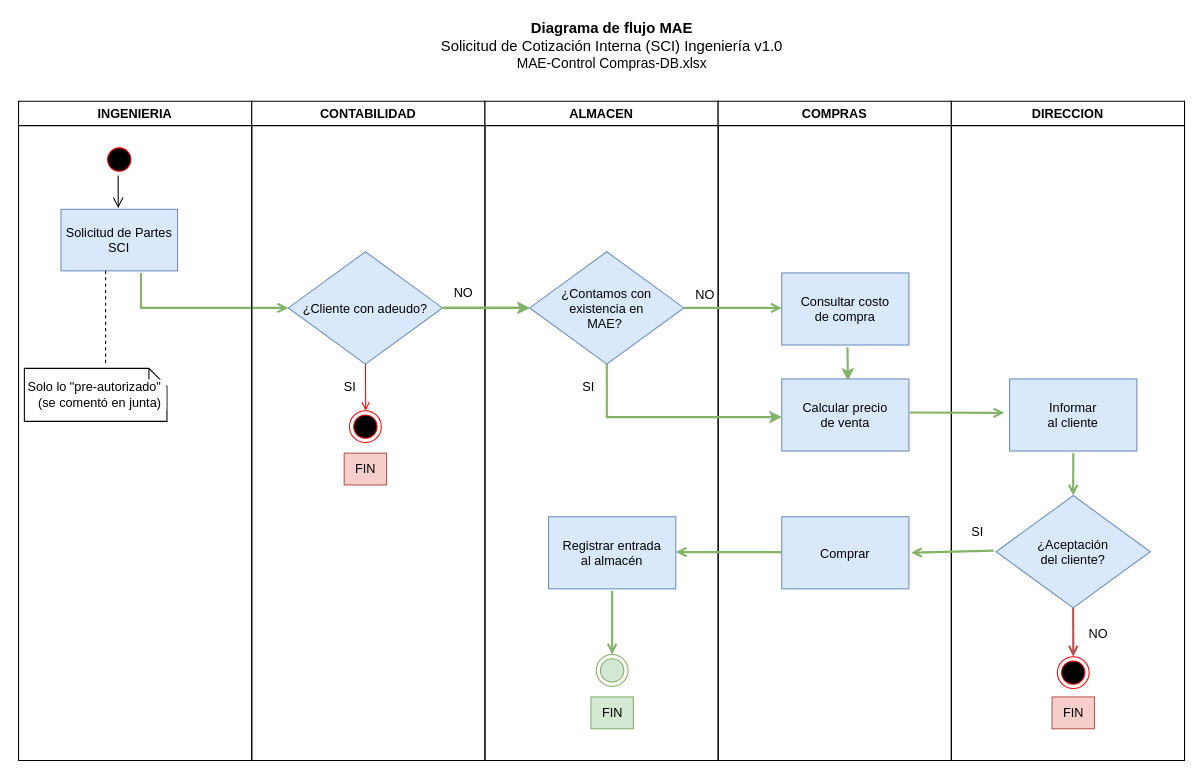
Above: Flujos/D-Actividades-SCI-Servicios-Ingenieria.drawio in RaulGutierrezCarmona/Diagrams (draw.io), before the change. Source tidied: cells renumbered, new cells numbered last; positions are measured from the earlier drawing's top-left corner, leaving out a move shared by most shapes. Both pictures are drawn from the tidied source at 106%, with x=0, y=0 at pixel (18, 18).
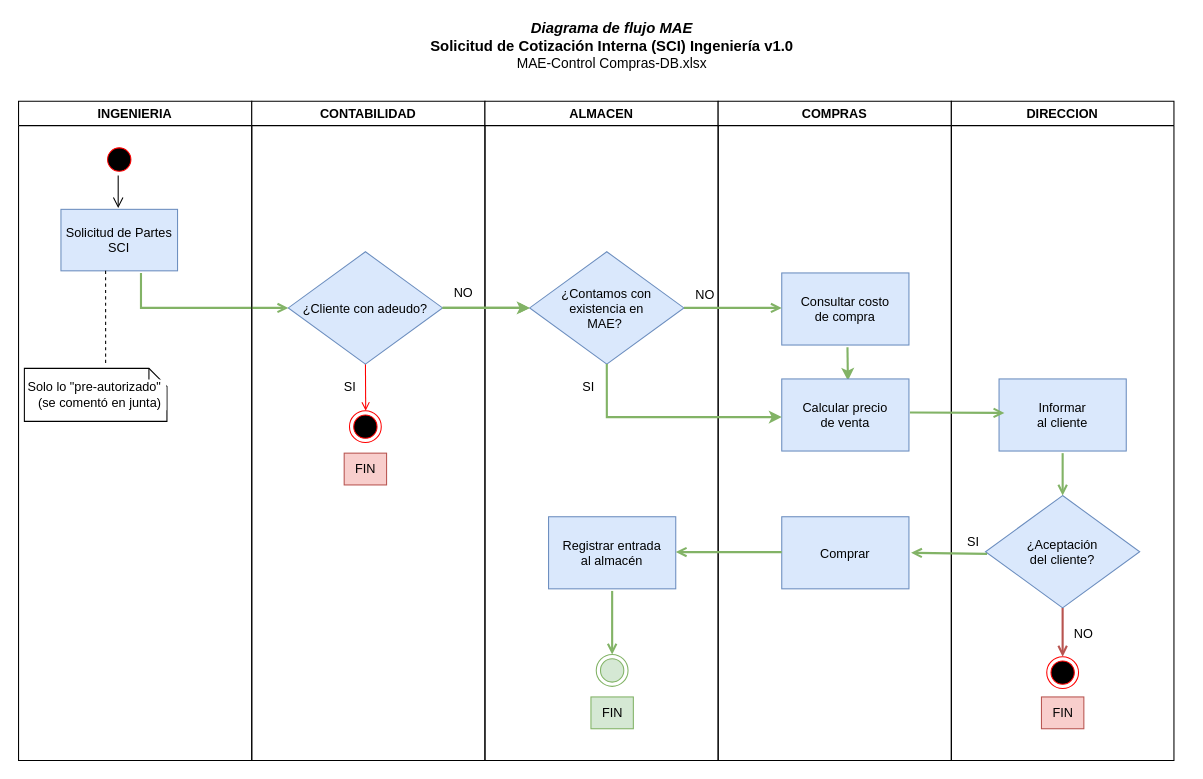
The same diagram, later.

Unchanged cells that the change refers to:
```xml
<mxCell id="28" value="Comprar" style="fillColor=#dae8fc;strokeColor=#6c8ebf;" parent="26" vertex="1">
  <mxGeometry x="60" y="392" width="120" height="68" as="geometry" />
</mxCell>
<mxCell id="30" value="Calcular precio &#10;de venta" style="fillColor=#dae8fc;strokeColor=#6c8ebf;" parent="26" vertex="1">
  <mxGeometry x="60" y="262" width="120" height="68" as="geometry" />
</mxCell>
```

Change to the diagram source:
```diff
@@
     <mxCell id="31" value="DIRECCION" style="swimlane;whiteSpace=wrap;" parent="1" vertex="1">
-      <mxGeometry x="880" y="78" width="220" height="622" as="geometry" />
+      <mxGeometry x="880" y="78" width="210" height="622" as="geometry" />
     </mxCell>
     <mxCell id="32" value="¿Aceptación &#10;del cliente?" style="rhombus;fillColor=#dae8fc;strokeColor=#6c8ebf;" parent="31" vertex="1">
-      <mxGeometry x="42.2" y="372" width="145.5" height="106" as="geometry" />
+      <mxGeometry x="32.2" y="372" width="145.5" height="106" as="geometry" />
     </mxCell>
     <mxCell id="33" value="Informar &#10;al cliente" style="fillColor=#dae8fc;strokeColor=#6c8ebf;" parent="31" vertex="1">
-      <mxGeometry x="55" y="262" width="120" height="68" as="geometry" />
+      <mxGeometry x="45" y="262" width="120" height="68" as="geometry" />
     </mxCell>
-    <mxCell id="34" style="endArrow=open;strokeColor=#82b366;endFill=1;rounded=0;fillColor=#d5e8d4;strokeWidth=2;entryX=1.017;entryY=0.5;entryDx=0;entryDy=0;entryPerimeter=0;" parent="31" edge="1" target="28">
-      <mxGeometry x="1" y="-30" relative="1" as="geometry">
-        <mxPoint x="40" y="424" as="sourcePoint" />
-        <mxPoint x="30" y="30" as="offset" />
-      </mxGeometry>
-    </mxCell>
-    <mxCell id="35" style="endArrow=open;strokeColor=#82b366;endFill=1;rounded=0;fillColor=#d5e8d4;strokeWidth=2;entryX=0.5;entryY=0;entryDx=0;entryDy=0;" parent="31" edge="1" target="32">
+    <mxCell id="35" style="endArrow=open;strokeColor=#82b366;endFill=1;rounded=0;fillColor=#d5e8d4;strokeWidth=2;entryX=0.5;entryY=0;entryDx=0;entryDy=0;" parent="31" edge="1">
       <mxGeometry x="1" y="-30" relative="1" as="geometry">
-        <mxPoint x="115" y="332" as="sourcePoint" />
+        <mxPoint x="105" y="332" as="sourcePoint" />
+        <mxPoint x="105" y="372" as="targetPoint" />
         <mxPoint x="30" y="30" as="offset" />
       </mxGeometry>
     </mxCell>
     <mxCell id="36" value="SI" style="text;html=1;strokeColor=none;fillColor=none;align=center;verticalAlign=middle;whiteSpace=wrap;rounded=0;labelBackgroundColor=default;" parent="31" vertex="1">
-      <mxGeometry x="6.8" y="392" width="35.5" height="30" as="geometry" />
+      <mxGeometry y="400" width="42.2" height="32" as="geometry" />
     </mxCell>
     <mxCell id="37" value="NO" style="text;html=1;strokeColor=none;fillColor=none;align=center;verticalAlign=middle;whiteSpace=wrap;rounded=0;labelBackgroundColor=default;" parent="31" vertex="1">
-      <mxGeometry x="120" y="492" width="38" height="22" as="geometry" />
+      <mxGeometry x="110" y="492" width="30" height="22" as="geometry" />
     </mxCell>
     <mxCell id="38" style="ellipse;shape=endState;fillColor=#000000;strokeColor=#ff0000;" parent="31" vertex="1">
-      <mxGeometry x="100" y="524" width="30" height="30" as="geometry" />
+      <mxGeometry x="90" y="524" width="30" height="30" as="geometry" />
     </mxCell>
@@
     <mxCell id="40" value="FIN" style="text;html=1;align=center;verticalAlign=middle;strokeColor=#b85450;fillColor=#f8cecc;" parent="31" vertex="1">
-      <mxGeometry x="95" y="562" width="40" height="30" as="geometry" />
+      <mxGeometry x="85" y="562" width="40" height="30" as="geometry" />
     </mxCell>
@@
-    <mxCell id="45" style="endArrow=open;strokeColor=#82b366;endFill=1;rounded=0;exitX=1.008;exitY=0.466;exitDx=0;exitDy=0;exitPerimeter=0;fillColor=#d5e8d4;strokeWidth=2;" parent="1" edge="1" source="30">
+    <mxCell id="45" style="endArrow=open;strokeColor=#82b366;endFill=1;rounded=0;exitX=1.008;exitY=0.466;exitDx=0;exitDy=0;exitPerimeter=0;fillColor=#d5e8d4;strokeWidth=2;entryX=0.042;entryY=0.471;entryDx=0;entryDy=0;entryPerimeter=0;" parent="1" edge="1" source="30" target="33">
       <mxGeometry x="1" y="-30" relative="1" as="geometry">
-        <mxPoint x="930" y="372" as="targetPoint" />
         <mxPoint x="30" y="30" as="offset" />
       </mxGeometry>
     </mxCell>
-    <mxCell id="46" value="&lt;b&gt;&lt;font style=&quot;font-size: 14px;&quot;&gt;Diagrama de flujo MAE &lt;/font&gt;&lt;/b&gt;&lt;br&gt;&lt;font style=&quot;font-size: 14px;&quot;&gt;Solicitud de Cotización Interna (SCI) Ingeniería v1.0&lt;/font&gt;&lt;br&gt;&lt;font style=&quot;font-size: 13px;&quot;&gt;MAE-Control Compras-DB.xlsx&lt;/font&gt;" style="text;html=1;strokeColor=none;fillColor=none;align=center;verticalAlign=middle;whiteSpace=wrap;rounded=0;" parent="1" vertex="1">
+    <mxCell id="46" value="&lt;b&gt;&lt;font style=&quot;font-size: 14px;&quot;&gt;&lt;i&gt;Diagrama de flujo MAE &lt;/i&gt;&lt;/font&gt;&lt;/b&gt;&lt;br&gt;&lt;font style=&quot;font-size: 14px;&quot;&gt;&lt;b style=&quot;&quot;&gt;Solicitud de Cotización Interna (SCI) Ingeniería v1.0&lt;/b&gt;&lt;/font&gt;&lt;br&gt;&lt;font style=&quot;font-size: 13px;&quot;&gt;MAE-Control Compras-DB.xlsx&lt;/font&gt;" style="text;html=1;strokeColor=none;fillColor=none;align=center;verticalAlign=middle;whiteSpace=wrap;rounded=0;" parent="1" vertex="1">
       <mxGeometry x="220" width="680" height="50" as="geometry" />
     </mxCell>
+    <mxCell id="34" style="endArrow=open;strokeColor=#82b366;endFill=1;rounded=0;fillColor=#d5e8d4;strokeWidth=2;entryX=1.017;entryY=0.5;entryDx=0;entryDy=0;entryPerimeter=0;exitX=0.758;exitY=1.167;exitDx=0;exitDy=0;exitPerimeter=0;" parent="1" edge="1">
+      <mxGeometry x="1" y="-30" relative="1" as="geometry">
+        <mxPoint x="913.7" y="505" as="sourcePoint" />
+        <mxPoint x="842" y="504" as="targetPoint" />
+        <mxPoint x="30" y="30" as="offset" />
+      </mxGeometry>
+    </mxCell>
```
